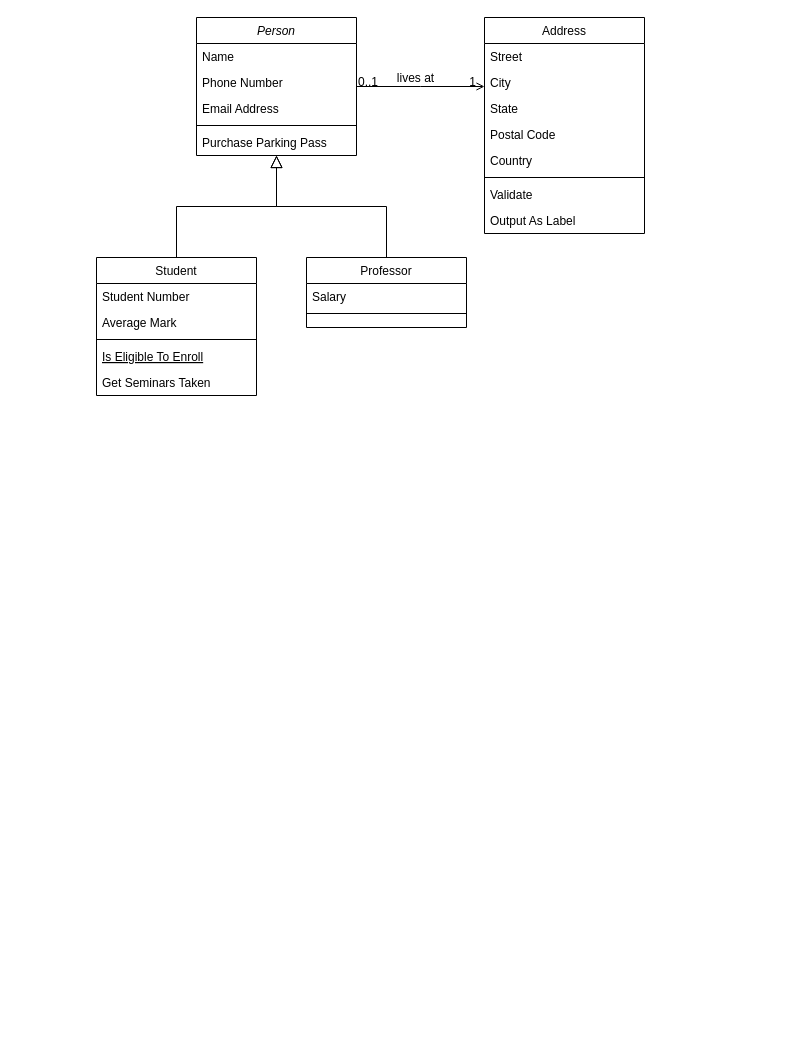
jonathanboris/Projet-EIG keeps this draw.io diagram as Diagramme/Couche_TRI.drawio. Above is the earlier version. Source tidied: cells renumbered, new cells numbered last; positions are measured from the earlier drawing's top-left corner, leaving out a move shared by most shapes. Both pictures are drawn from the tidied source at 100%, with x=0, y=0 at pixel (96, 17).
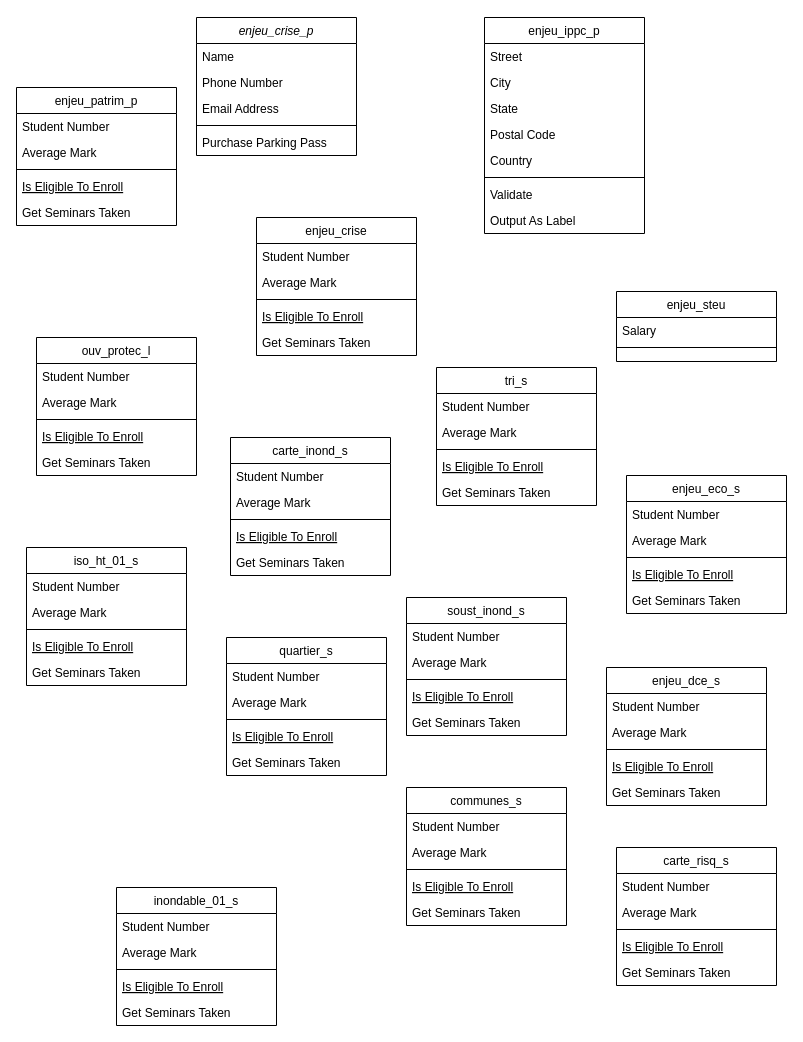
After the change.

Diff of the diagram source:
```diff
@@
-    <mxCell id="2" value="Person" style="swimlane;fontStyle=2;align=center;verticalAlign=top;horizontal=1;startSize=26;rounded=0;shadow=0;strokeWidth=1;" parent="1" vertex="1">
+    <mxCell id="2" value="enjeu_crise_p" style="swimlane;fontStyle=2;align=center;verticalAlign=top;horizontal=1;startSize=26;rounded=0;shadow=0;strokeWidth=1;" parent="1" vertex="1">
       <mxGeometry x="100" width="160" height="138" as="geometry" />
     </mxCell>
@@
-    <mxCell id="8" value="Student" style="swimlane;fontStyle=0;align=center;verticalAlign=top;horizontal=1;startSize=26;rounded=0;shadow=0;strokeWidth=1;" parent="1" vertex="1">
-      <mxGeometry y="240" width="160" height="138" as="geometry" />
+    <mxCell id="8" value="enjeu_patrim_p" style="swimlane;fontStyle=0;align=center;verticalAlign=top;horizontal=1;startSize=26;rounded=0;shadow=0;strokeWidth=1;" parent="1" vertex="1">
+      <mxGeometry x="-80" y="70" width="160" height="138" as="geometry" />
     </mxCell>
@@
-    <mxCell id="14" style="endArrow=block;endSize=10;endFill=0;shadow=0;strokeWidth=1;rounded=0;edgeStyle=elbowEdgeStyle;elbow=vertical;" parent="1" edge="1" source="8" target="2">
-      <mxGeometry relative="1" as="geometry" />
-    </mxCell>
-    <mxCell id="15" value="Professor" style="swimlane;fontStyle=0;align=center;verticalAlign=top;horizontal=1;startSize=26;rounded=0;shadow=0;strokeWidth=1;" parent="1" vertex="1">
-      <mxGeometry x="210" y="240" width="160" height="70" as="geometry" />
+    <mxCell id="15" value="enjeu_steu" style="swimlane;fontStyle=0;align=center;verticalAlign=top;horizontal=1;startSize=26;rounded=0;shadow=0;strokeWidth=1;" parent="1" vertex="1">
+      <mxGeometry x="520" y="274" width="160" height="70" as="geometry" />
     </mxCell>
@@
-    <mxCell id="18" style="endArrow=block;endSize=10;endFill=0;shadow=0;strokeWidth=1;rounded=0;edgeStyle=elbowEdgeStyle;elbow=vertical;" parent="1" edge="1" source="15" target="2">
-      <mxGeometry relative="1" as="geometry" />
-    </mxCell>
-    <mxCell id="19" value="Address" style="swimlane;fontStyle=0;align=center;verticalAlign=top;horizontal=1;startSize=26;rounded=0;shadow=0;strokeWidth=1;" parent="1" vertex="1">
+    <mxCell id="19" value="enjeu_ippc_p" style="swimlane;fontStyle=0;align=center;verticalAlign=top;horizontal=1;startSize=26;rounded=0;shadow=0;strokeWidth=1;" parent="1" vertex="1">
       <mxGeometry x="388" width="160" height="216" as="geometry" />
     </mxCell>
@@
-    <mxCell id="28" style="endArrow=open;shadow=0;strokeWidth=1;rounded=0;endFill=1;edgeStyle=elbowEdgeStyle;elbow=vertical;" parent="1" edge="1" source="2" target="19">
-      <mxGeometry x="0.5" y="41" relative="1" as="geometry">
-        <mxPoint x="-40" y="32" as="offset" />
-      </mxGeometry>
-    </mxCell>
-    <mxCell id="29" value="0..1" style="align=left;verticalAlign=bottom;labelBackgroundColor=none;fontSize=12;" parent="28" vertex="1">
-      <mxGeometry x="-1" relative="1" as="geometry">
-        <mxPoint y="4" as="offset" />
-      </mxGeometry>
-    </mxCell>
-    <mxCell id="30" value="1" style="align=right;verticalAlign=bottom;labelBackgroundColor=none;fontSize=12;" parent="28" vertex="1">
-      <mxGeometry x="1" relative="1" as="geometry">
-        <mxPoint x="-7" y="4" as="offset" />
-      </mxGeometry>
-    </mxCell>
-    <mxCell id="31" value="lives at" style="text;html=1;align=center;verticalAlign=middle;labelBackgroundColor=none;rounded=0;shadow=0;strokeWidth=1;fontSize=12;" parent="28" vertex="1">
-      <mxGeometry x="0.5" y="49" relative="1" as="geometry">
-        <mxPoint x="-38" y="40" as="offset" />
-      </mxGeometry>
-    </mxCell>
+    <mxCell id="32" value="ouv_protec_l" style="swimlane;fontStyle=0;align=center;verticalAlign=top;horizontal=1;startSize=26;rounded=0;shadow=0;strokeWidth=1;" parent="1" vertex="1">
+      <mxGeometry x="-60" y="320" width="160" height="138" as="geometry" />
+    </mxCell>
+    <mxCell id="33" value="Student Number" style="text;align=left;verticalAlign=top;spacingLeft=4;spacingRight=4;overflow=hidden;" parent="32" vertex="1">
+      <mxGeometry y="26" width="160" height="26" as="geometry" />
+    </mxCell>
+    <mxCell id="34" value="Average Mark" style="text;align=left;verticalAlign=top;spacingLeft=4;spacingRight=4;overflow=hidden;rounded=0;shadow=0;html=0;" parent="32" vertex="1">
+      <mxGeometry y="52" width="160" height="26" as="geometry" />
+    </mxCell>
+    <mxCell id="35" style="line;html=1;strokeWidth=1;align=left;verticalAlign=middle;spacingTop=-1;spacingLeft=3;spacingRight=3;labelPosition=right;" parent="32" vertex="1">
+      <mxGeometry y="78" width="160" height="8" as="geometry" />
+    </mxCell>
+    <mxCell id="36" value="Is Eligible To Enroll" style="text;align=left;verticalAlign=top;spacingLeft=4;spacingRight=4;overflow=hidden;fontStyle=4;" parent="32" vertex="1">
+      <mxGeometry y="86" width="160" height="26" as="geometry" />
+    </mxCell>
+    <mxCell id="37" value="Get Seminars Taken" style="text;align=left;verticalAlign=top;spacingLeft=4;spacingRight=4;overflow=hidden;" parent="32" vertex="1">
+      <mxGeometry y="112" width="160" height="26" as="geometry" />
+    </mxCell>
+    <mxCell id="38" value="enjeu_crise" style="swimlane;fontStyle=0;align=center;verticalAlign=top;horizontal=1;startSize=26;rounded=0;shadow=0;strokeWidth=1;" parent="1" vertex="1">
+      <mxGeometry x="160" y="200" width="160" height="138" as="geometry" />
+    </mxCell>
+    <mxCell id="39" value="Student Number" style="text;align=left;verticalAlign=top;spacingLeft=4;spacingRight=4;overflow=hidden;" parent="38" vertex="1">
+      <mxGeometry y="26" width="160" height="26" as="geometry" />
+    </mxCell>
+    <mxCell id="40" value="Average Mark" style="text;align=left;verticalAlign=top;spacingLeft=4;spacingRight=4;overflow=hidden;rounded=0;shadow=0;html=0;" parent="38" vertex="1">
+      <mxGeometry y="52" width="160" height="26" as="geometry" />
+    </mxCell>
+    <mxCell id="41" style="line;html=1;strokeWidth=1;align=left;verticalAlign=middle;spacingTop=-1;spacingLeft=3;spacingRight=3;labelPosition=right;" parent="38" vertex="1">
+      <mxGeometry y="78" width="160" height="8" as="geometry" />
+    </mxCell>
+    <mxCell id="42" value="Is Eligible To Enroll" style="text;align=left;verticalAlign=top;spacingLeft=4;spacingRight=4;overflow=hidden;fontStyle=4;" parent="38" vertex="1">
+      <mxGeometry y="86" width="160" height="26" as="geometry" />
+    </mxCell>
+    <mxCell id="43" value="Get Seminars Taken" style="text;align=left;verticalAlign=top;spacingLeft=4;spacingRight=4;overflow=hidden;" parent="38" vertex="1">
+      <mxGeometry y="112" width="160" height="26" as="geometry" />
+    </mxCell>
+    <mxCell id="44" value="carte_inond_s" style="swimlane;fontStyle=0;align=center;verticalAlign=top;horizontal=1;startSize=26;rounded=0;shadow=0;strokeWidth=1;" parent="1" vertex="1">
+      <mxGeometry x="134" y="420" width="160" height="138" as="geometry" />
+    </mxCell>
+    <mxCell id="45" value="Student Number" style="text;align=left;verticalAlign=top;spacingLeft=4;spacingRight=4;overflow=hidden;" parent="44" vertex="1">
+      <mxGeometry y="26" width="160" height="26" as="geometry" />
+    </mxCell>
+    <mxCell id="46" value="Average Mark" style="text;align=left;verticalAlign=top;spacingLeft=4;spacingRight=4;overflow=hidden;rounded=0;shadow=0;html=0;" parent="44" vertex="1">
+      <mxGeometry y="52" width="160" height="26" as="geometry" />
+    </mxCell>
+    <mxCell id="47" style="line;html=1;strokeWidth=1;align=left;verticalAlign=middle;spacingTop=-1;spacingLeft=3;spacingRight=3;labelPosition=right;" parent="44" vertex="1">
+      <mxGeometry y="78" width="160" height="8" as="geometry" />
+    </mxCell>
+    <mxCell id="48" value="Is Eligible To Enroll" style="text;align=left;verticalAlign=top;spacingLeft=4;spacingRight=4;overflow=hidden;fontStyle=4;" parent="44" vertex="1">
+      <mxGeometry y="86" width="160" height="26" as="geometry" />
+    </mxCell>
+    <mxCell id="49" value="Get Seminars Taken" style="text;align=left;verticalAlign=top;spacingLeft=4;spacingRight=4;overflow=hidden;" parent="44" vertex="1">
+      <mxGeometry y="112" width="160" height="26" as="geometry" />
+    </mxCell>
+    <mxCell id="50" value="tri_s" style="swimlane;fontStyle=0;align=center;verticalAlign=top;horizontal=1;startSize=26;rounded=0;shadow=0;strokeWidth=1;" parent="1" vertex="1">
+      <mxGeometry x="340" y="350" width="160" height="138" as="geometry" />
+    </mxCell>
+    <mxCell id="51" value="Student Number" style="text;align=left;verticalAlign=top;spacingLeft=4;spacingRight=4;overflow=hidden;" parent="50" vertex="1">
+      <mxGeometry y="26" width="160" height="26" as="geometry" />
+    </mxCell>
+    <mxCell id="52" value="Average Mark" style="text;align=left;verticalAlign=top;spacingLeft=4;spacingRight=4;overflow=hidden;rounded=0;shadow=0;html=0;" parent="50" vertex="1">
+      <mxGeometry y="52" width="160" height="26" as="geometry" />
+    </mxCell>
+    <mxCell id="53" style="line;html=1;strokeWidth=1;align=left;verticalAlign=middle;spacingTop=-1;spacingLeft=3;spacingRight=3;labelPosition=right;" parent="50" vertex="1">
+      <mxGeometry y="78" width="160" height="8" as="geometry" />
+    </mxCell>
+    <mxCell id="54" value="Is Eligible To Enroll" style="text;align=left;verticalAlign=top;spacingLeft=4;spacingRight=4;overflow=hidden;fontStyle=4;" parent="50" vertex="1">
+      <mxGeometry y="86" width="160" height="26" as="geometry" />
+    </mxCell>
+    <mxCell id="55" value="Get Seminars Taken" style="text;align=left;verticalAlign=top;spacingLeft=4;spacingRight=4;overflow=hidden;" parent="50" vertex="1">
+      <mxGeometry y="112" width="160" height="26" as="geometry" />
+    </mxCell>
+    <mxCell id="56" value="soust_inond_s" style="swimlane;fontStyle=0;align=center;verticalAlign=top;horizontal=1;startSize=26;rounded=0;shadow=0;strokeWidth=1;" parent="1" vertex="1">
+      <mxGeometry x="310" y="580" width="160" height="138" as="geometry" />
+    </mxCell>
+    <mxCell id="57" value="Student Number" style="text;align=left;verticalAlign=top;spacingLeft=4;spacingRight=4;overflow=hidden;" parent="56" vertex="1">
+      <mxGeometry y="26" width="160" height="26" as="geometry" />
+    </mxCell>
+    <mxCell id="58" value="Average Mark" style="text;align=left;verticalAlign=top;spacingLeft=4;spacingRight=4;overflow=hidden;rounded=0;shadow=0;html=0;" parent="56" vertex="1">
+      <mxGeometry y="52" width="160" height="26" as="geometry" />
+    </mxCell>
+    <mxCell id="59" style="line;html=1;strokeWidth=1;align=left;verticalAlign=middle;spacingTop=-1;spacingLeft=3;spacingRight=3;labelPosition=right;" parent="56" vertex="1">
+      <mxGeometry y="78" width="160" height="8" as="geometry" />
+    </mxCell>
+    <mxCell id="60" value="Is Eligible To Enroll" style="text;align=left;verticalAlign=top;spacingLeft=4;spacingRight=4;overflow=hidden;fontStyle=4;" parent="56" vertex="1">
+      <mxGeometry y="86" width="160" height="26" as="geometry" />
+    </mxCell>
+    <mxCell id="61" value="Get Seminars Taken" style="text;align=left;verticalAlign=top;spacingLeft=4;spacingRight=4;overflow=hidden;" parent="56" vertex="1">
+      <mxGeometry y="112" width="160" height="26" as="geometry" />
+    </mxCell>
+    <mxCell id="62" value="quartier_s&#10;" style="swimlane;fontStyle=0;align=center;verticalAlign=top;horizontal=1;startSize=26;rounded=0;shadow=0;strokeWidth=1;" parent="1" vertex="1">
+      <mxGeometry x="130" y="620" width="160" height="138" as="geometry" />
+    </mxCell>
+    <mxCell id="63" value="Student Number" style="text;align=left;verticalAlign=top;spacingLeft=4;spacingRight=4;overflow=hidden;" parent="62" vertex="1">
+      <mxGeometry y="26" width="160" height="26" as="geometry" />
+    </mxCell>
+    <mxCell id="64" value="Average Mark" style="text;align=left;verticalAlign=top;spacingLeft=4;spacingRight=4;overflow=hidden;rounded=0;shadow=0;html=0;" parent="62" vertex="1">
+      <mxGeometry y="52" width="160" height="26" as="geometry" />
+    </mxCell>
+    <mxCell id="65" style="line;html=1;strokeWidth=1;align=left;verticalAlign=middle;spacingTop=-1;spacingLeft=3;spacingRight=3;labelPosition=right;" parent="62" vertex="1">
+      <mxGeometry y="78" width="160" height="8" as="geometry" />
+    </mxCell>
+    <mxCell id="66" value="Is Eligible To Enroll" style="text;align=left;verticalAlign=top;spacingLeft=4;spacingRight=4;overflow=hidden;fontStyle=4;" parent="62" vertex="1">
+      <mxGeometry y="86" width="160" height="26" as="geometry" />
+    </mxCell>
+    <mxCell id="67" value="Get Seminars Taken" style="text;align=left;verticalAlign=top;spacingLeft=4;spacingRight=4;overflow=hidden;" parent="62" vertex="1">
+      <mxGeometry y="112" width="160" height="26" as="geometry" />
+    </mxCell>
+    <mxCell id="68" value="iso_ht_01_s" style="swimlane;fontStyle=0;align=center;verticalAlign=top;horizontal=1;startSize=26;rounded=0;shadow=0;strokeWidth=1;" parent="1" vertex="1">
+      <mxGeometry x="-70" y="530" width="160" height="138" as="geometry" />
+    </mxCell>
+    <mxCell id="69" value="Student Number" style="text;align=left;verticalAlign=top;spacingLeft=4;spacingRight=4;overflow=hidden;" parent="68" vertex="1">
+      <mxGeometry y="26" width="160" height="26" as="geometry" />
+    </mxCell>
+    <mxCell id="70" value="Average Mark" style="text;align=left;verticalAlign=top;spacingLeft=4;spacingRight=4;overflow=hidden;rounded=0;shadow=0;html=0;" parent="68" vertex="1">
+      <mxGeometry y="52" width="160" height="26" as="geometry" />
+    </mxCell>
+    <mxCell id="71" style="line;html=1;strokeWidth=1;align=left;verticalAlign=middle;spacingTop=-1;spacingLeft=3;spacingRight=3;labelPosition=right;" parent="68" vertex="1">
+      <mxGeometry y="78" width="160" height="8" as="geometry" />
+    </mxCell>
+    <mxCell id="72" value="Is Eligible To Enroll" style="text;align=left;verticalAlign=top;spacingLeft=4;spacingRight=4;overflow=hidden;fontStyle=4;" parent="68" vertex="1">
+      <mxGeometry y="86" width="160" height="26" as="geometry" />
+    </mxCell>
+    <mxCell id="73" value="Get Seminars Taken" style="text;align=left;verticalAlign=top;spacingLeft=4;spacingRight=4;overflow=hidden;" parent="68" vertex="1">
+      <mxGeometry y="112" width="160" height="26" as="geometry" />
+    </mxCell>
+    <mxCell id="74" value="inondable_01_s&#10;" style="swimlane;fontStyle=0;align=center;verticalAlign=top;horizontal=1;startSize=26;rounded=0;shadow=0;strokeWidth=1;" parent="1" vertex="1">
+      <mxGeometry x="20" y="870" width="160" height="138" as="geometry" />
+    </mxCell>
+    <mxCell id="75" value="Student Number" style="text;align=left;verticalAlign=top;spacingLeft=4;spacingRight=4;overflow=hidden;" parent="74" vertex="1">
+      <mxGeometry y="26" width="160" height="26" as="geometry" />
+    </mxCell>
+    <mxCell id="76" value="Average Mark" style="text;align=left;verticalAlign=top;spacingLeft=4;spacingRight=4;overflow=hidden;rounded=0;shadow=0;html=0;" parent="74" vertex="1">
+      <mxGeometry y="52" width="160" height="26" as="geometry" />
+    </mxCell>
+    <mxCell id="77" style="line;html=1;strokeWidth=1;align=left;verticalAlign=middle;spacingTop=-1;spacingLeft=3;spacingRight=3;labelPosition=right;" parent="74" vertex="1">
+      <mxGeometry y="78" width="160" height="8" as="geometry" />
+    </mxCell>
+    <mxCell id="78" value="Is Eligible To Enroll" style="text;align=left;verticalAlign=top;spacingLeft=4;spacingRight=4;overflow=hidden;fontStyle=4;" parent="74" vertex="1">
+      <mxGeometry y="86" width="160" height="26" as="geometry" />
+    </mxCell>
+    <mxCell id="79" value="Get Seminars Taken" style="text;align=left;verticalAlign=top;spacingLeft=4;spacingRight=4;overflow=hidden;" parent="74" vertex="1">
+      <mxGeometry y="112" width="160" height="26" as="geometry" />
+    </mxCell>
+    <mxCell id="80" value="enjeu_eco_s" style="swimlane;fontStyle=0;align=center;verticalAlign=top;horizontal=1;startSize=26;rounded=0;shadow=0;strokeWidth=1;" parent="1" vertex="1">
+      <mxGeometry x="530" y="458" width="160" height="138" as="geometry" />
+    </mxCell>
+    <mxCell id="81" value="Student Number" style="text;align=left;verticalAlign=top;spacingLeft=4;spacingRight=4;overflow=hidden;" parent="80" vertex="1">
+      <mxGeometry y="26" width="160" height="26" as="geometry" />
+    </mxCell>
+    <mxCell id="82" value="Average Mark" style="text;align=left;verticalAlign=top;spacingLeft=4;spacingRight=4;overflow=hidden;rounded=0;shadow=0;html=0;" parent="80" vertex="1">
+      <mxGeometry y="52" width="160" height="26" as="geometry" />
+    </mxCell>
+    <mxCell id="83" style="line;html=1;strokeWidth=1;align=left;verticalAlign=middle;spacingTop=-1;spacingLeft=3;spacingRight=3;labelPosition=right;" parent="80" vertex="1">
+      <mxGeometry y="78" width="160" height="8" as="geometry" />
+    </mxCell>
+    <mxCell id="84" value="Is Eligible To Enroll" style="text;align=left;verticalAlign=top;spacingLeft=4;spacingRight=4;overflow=hidden;fontStyle=4;" parent="80" vertex="1">
+      <mxGeometry y="86" width="160" height="26" as="geometry" />
+    </mxCell>
+    <mxCell id="85" value="Get Seminars Taken" style="text;align=left;verticalAlign=top;spacingLeft=4;spacingRight=4;overflow=hidden;" parent="80" vertex="1">
+      <mxGeometry y="112" width="160" height="26" as="geometry" />
+    </mxCell>
+    <mxCell id="86" value="enjeu_dce_s" style="swimlane;fontStyle=0;align=center;verticalAlign=top;horizontal=1;startSize=26;rounded=0;shadow=0;strokeWidth=1;" parent="1" vertex="1">
+      <mxGeometry x="510" y="650" width="160" height="138" as="geometry" />
+    </mxCell>
+    <mxCell id="87" value="Student Number" style="text;align=left;verticalAlign=top;spacingLeft=4;spacingRight=4;overflow=hidden;" parent="86" vertex="1">
+      <mxGeometry y="26" width="160" height="26" as="geometry" />
+    </mxCell>
+    <mxCell id="88" value="Average Mark" style="text;align=left;verticalAlign=top;spacingLeft=4;spacingRight=4;overflow=hidden;rounded=0;shadow=0;html=0;" parent="86" vertex="1">
+      <mxGeometry y="52" width="160" height="26" as="geometry" />
+    </mxCell>
+    <mxCell id="89" style="line;html=1;strokeWidth=1;align=left;verticalAlign=middle;spacingTop=-1;spacingLeft=3;spacingRight=3;labelPosition=right;" parent="86" vertex="1">
+      <mxGeometry y="78" width="160" height="8" as="geometry" />
+    </mxCell>
+    <mxCell id="90" value="Is Eligible To Enroll" style="text;align=left;verticalAlign=top;spacingLeft=4;spacingRight=4;overflow=hidden;fontStyle=4;" parent="86" vertex="1">
+      <mxGeometry y="86" width="160" height="26" as="geometry" />
+    </mxCell>
+    <mxCell id="91" value="Get Seminars Taken" style="text;align=left;verticalAlign=top;spacingLeft=4;spacingRight=4;overflow=hidden;" parent="86" vertex="1">
+      <mxGeometry y="112" width="160" height="26" as="geometry" />
+    </mxCell>
+    <mxCell id="92" value="carte_risq_s" style="swimlane;fontStyle=0;align=center;verticalAlign=top;horizontal=1;startSize=26;rounded=0;shadow=0;strokeWidth=1;" parent="1" vertex="1">
+      <mxGeometry x="520" y="830" width="160" height="138" as="geometry" />
+    </mxCell>
+    <mxCell id="93" value="Student Number" style="text;align=left;verticalAlign=top;spacingLeft=4;spacingRight=4;overflow=hidden;" parent="92" vertex="1">
+      <mxGeometry y="26" width="160" height="26" as="geometry" />
+    </mxCell>
+    <mxCell id="94" value="Average Mark" style="text;align=left;verticalAlign=top;spacingLeft=4;spacingRight=4;overflow=hidden;rounded=0;shadow=0;html=0;" parent="92" vertex="1">
+      <mxGeometry y="52" width="160" height="26" as="geometry" />
+    </mxCell>
+    <mxCell id="95" style="line;html=1;strokeWidth=1;align=left;verticalAlign=middle;spacingTop=-1;spacingLeft=3;spacingRight=3;labelPosition=right;" parent="92" vertex="1">
+      <mxGeometry y="78" width="160" height="8" as="geometry" />
+    </mxCell>
+    <mxCell id="96" value="Is Eligible To Enroll" style="text;align=left;verticalAlign=top;spacingLeft=4;spacingRight=4;overflow=hidden;fontStyle=4;" parent="92" vertex="1">
+      <mxGeometry y="86" width="160" height="26" as="geometry" />
+    </mxCell>
+    <mxCell id="97" value="Get Seminars Taken" style="text;align=left;verticalAlign=top;spacingLeft=4;spacingRight=4;overflow=hidden;" parent="92" vertex="1">
+      <mxGeometry y="112" width="160" height="26" as="geometry" />
+    </mxCell>
+    <mxCell id="98" value="communes_s" style="swimlane;fontStyle=0;align=center;verticalAlign=top;horizontal=1;startSize=26;rounded=0;shadow=0;strokeWidth=1;" parent="1" vertex="1">
+      <mxGeometry x="310" y="770" width="160" height="138" as="geometry" />
+    </mxCell>
+    <mxCell id="99" value="Student Number" style="text;align=left;verticalAlign=top;spacingLeft=4;spacingRight=4;overflow=hidden;" parent="98" vertex="1">
+      <mxGeometry y="26" width="160" height="26" as="geometry" />
+    </mxCell>
+    <mxCell id="100" value="Average Mark" style="text;align=left;verticalAlign=top;spacingLeft=4;spacingRight=4;overflow=hidden;rounded=0;shadow=0;html=0;" parent="98" vertex="1">
+      <mxGeometry y="52" width="160" height="26" as="geometry" />
+    </mxCell>
+    <mxCell id="101" style="line;html=1;strokeWidth=1;align=left;verticalAlign=middle;spacingTop=-1;spacingLeft=3;spacingRight=3;labelPosition=right;" parent="98" vertex="1">
+      <mxGeometry y="78" width="160" height="8" as="geometry" />
+    </mxCell>
+    <mxCell id="102" value="Is Eligible To Enroll" style="text;align=left;verticalAlign=top;spacingLeft=4;spacingRight=4;overflow=hidden;fontStyle=4;" parent="98" vertex="1">
+      <mxGeometry y="86" width="160" height="26" as="geometry" />
+    </mxCell>
+    <mxCell id="103" value="Get Seminars Taken" style="text;align=left;verticalAlign=top;spacingLeft=4;spacingRight=4;overflow=hidden;" parent="98" vertex="1">
+      <mxGeometry y="112" width="160" height="26" as="geometry" />
+    </mxCell>
```
